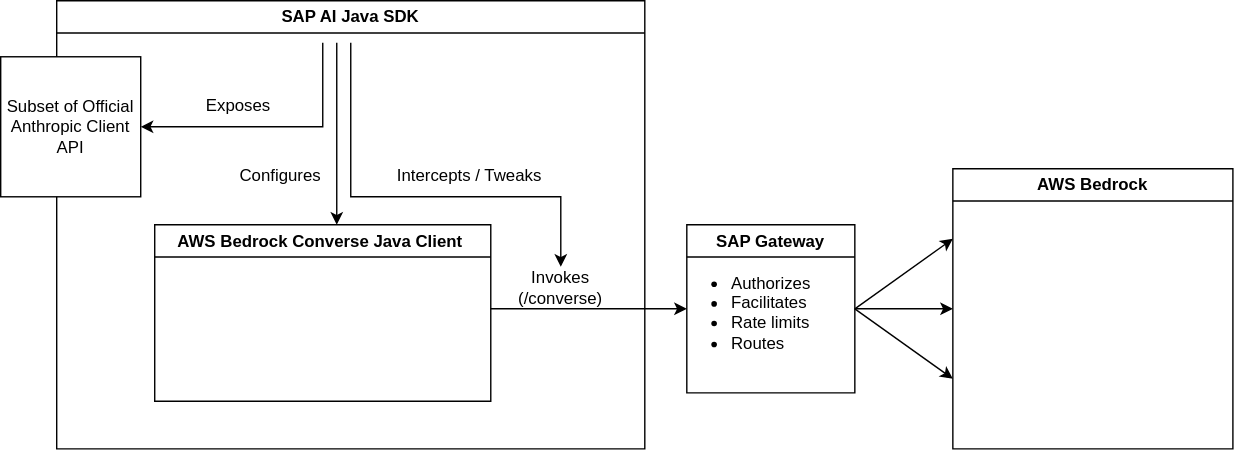
SAP/ai-sdk-java keeps this draw.io diagram as docs/adrs/images/option_d.drawio.svg. Above is the earlier version. Source tidied: cells renumbered, new cells last; positions are measured from the earlier drawing's top-left corner, leaving out a move shared by most shapes.
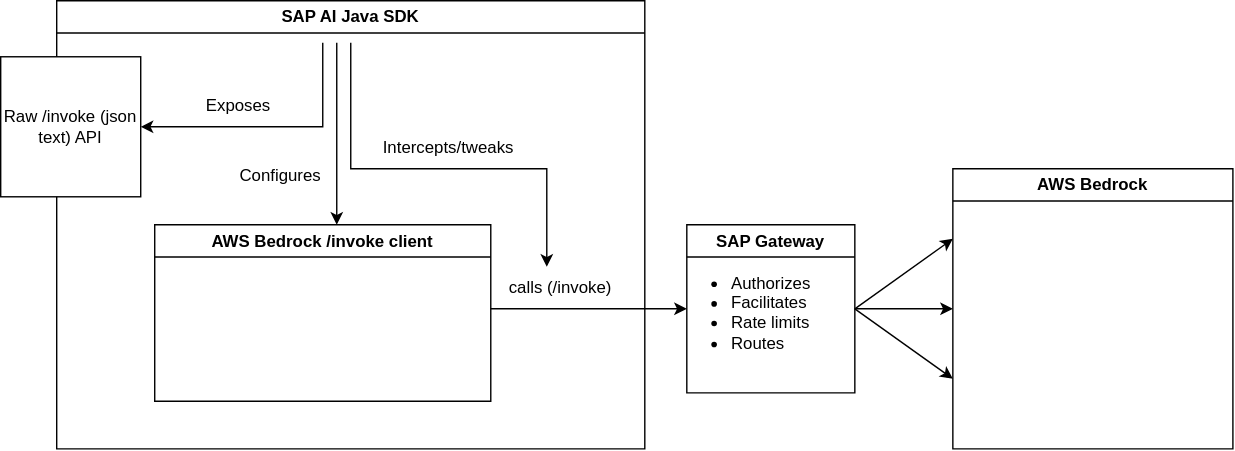
After the change.

Diff of the diagram source:
```diff
@@ -2,46 +2,56 @@
   <root>
     <mxCell id="0" />
     <mxCell id="1" parent="0" />
-    <mxCell id="2" value="AWS Bedrock Converse Java Client&amp;nbsp;" style="swimlane;whiteSpace=wrap;html=1;" parent="1" vertex="1">
-      <mxGeometry x="110" y="160" width="240" height="126" as="geometry" />
-    </mxCell>
+    <mxCell id="19" value="AWS Bedrock /invoke client" style="swimlane;whiteSpace=wrap;html=1;" parent="1" vertex="1">
+      <mxGeometry x="110" y="160" width="240" height="126" as="geometry" />
+    </mxCell>
     <mxCell id="3" value="SAP AI Java SDK" style="swimlane;whiteSpace=wrap;html=1;" parent="1" vertex="1">
       <mxGeometry x="40" width="420" height="320" as="geometry" />
     </mxCell>
-    <mxCell id="4" value="Subset of Official Anthropic Client API" style="whiteSpace=wrap;html=1;" parent="3" vertex="1">
-      <mxGeometry x="-40" y="40" width="100" height="100" as="geometry" />
-    </mxCell>
+    <mxCell id="20" value="Raw /invoke (json text) API" style="whiteSpace=wrap;html=1;" parent="3" vertex="1">
+      <mxGeometry x="-40" y="40" width="100" height="100" as="geometry" />
+    </mxCell>
     <mxCell id="5" value="Exposes" style="text;html=1;whiteSpace=wrap;strokeColor=none;fillColor=none;align=center;verticalAlign=middle;rounded=0;" parent="3" vertex="1">
       <mxGeometry x="100" y="60" width="60" height="30" as="geometry" />
     </mxCell>
     <mxCell id="6" value="Configures" style="text;html=1;whiteSpace=wrap;strokeColor=none;fillColor=none;align=center;verticalAlign=middle;rounded=0;" parent="3" vertex="1">
       <mxGeometry x="110" y="110" width="100" height="30" as="geometry" />
     </mxCell>
-    <mxCell id="7" style="endArrow=classic;html=1;rounded=0;entryX=0;entryY=0.5;entryDx=0;entryDy=0;" parent="3" edge="1" target="12">
-      <mxGeometry relative="1" as="geometry">
-        <mxPoint x="310" y="220" as="sourcePoint" />
-      </mxGeometry>
-    </mxCell>
-    <mxCell id="8" value="Invokes (/converse)" style="text;html=1;whiteSpace=wrap;strokeColor=none;fillColor=none;align=center;verticalAlign=middle;rounded=0;" parent="3" vertex="1">
-      <mxGeometry x="310" y="190" width="100" height="30" as="geometry" />
-    </mxCell>
-    <mxCell id="9" value="Intercepts / Tweaks" style="text;html=1;whiteSpace=wrap;strokeColor=none;fillColor=none;align=center;verticalAlign=middle;rounded=0;" parent="3" vertex="1">
-      <mxGeometry x="230" y="110" width="130" height="30" as="geometry" />
-    </mxCell>
-    <mxCell id="10" style="endArrow=classic;html=1;rounded=0;entryX=1;entryY=0.5;entryDx=0;entryDy=0;" parent="1" edge="1" target="4">
-      <mxGeometry relative="1" as="geometry">
-        <mxPoint x="230" y="30" as="sourcePoint" />
-        <Array as="points">
-          <mxPoint x="230" y="90" />
-        </Array>
-      </mxGeometry>
-    </mxCell>
-    <mxCell id="11" style="endArrow=classic;html=1;rounded=0;" parent="1" edge="1">
-      <mxGeometry relative="1" as="geometry">
-        <mxPoint x="240" y="30" as="sourcePoint" />
-        <mxPoint x="240" y="160" as="targetPoint" />
-      </mxGeometry>
-    </mxCell>
+    <mxCell id="21" style="endArrow=classic;html=1;rounded=0;entryX=0;entryY=0.5;entryDx=0;entryDy=0;" parent="3" edge="1" target="12">
+      <mxGeometry relative="1" as="geometry">
+        <mxPoint x="310" y="220" as="sourcePoint" />
+      </mxGeometry>
+    </mxCell>
+    <mxCell id="22" value="calls (/invoke)" style="text;html=1;whiteSpace=wrap;strokeColor=none;fillColor=none;align=center;verticalAlign=middle;rounded=0;" parent="3" vertex="1">
+      <mxGeometry x="310" y="190" width="100" height="30" as="geometry" />
+    </mxCell>
+    <mxCell id="23" style="endArrow=classic;html=1;rounded=0;" parent="3" edge="1">
+      <mxGeometry x="0.03" relative="1" as="geometry">
+        <mxPoint x="210" y="30" as="sourcePoint" />
+        <mxPoint x="350" y="190" as="targetPoint" />
+        <Array as="points">
+          <mxPoint x="210" y="120" />
+          <mxPoint x="350" y="120" />
+        </Array>
+      </mxGeometry>
+    </mxCell>
+    <mxCell id="24" value="Intercepts/tweaks" style="text;html=1;whiteSpace=wrap;strokeColor=none;fillColor=none;align=center;verticalAlign=middle;rounded=0;" parent="3" vertex="1">
+      <mxGeometry x="230" y="90" width="100" height="30" as="geometry" />
+    </mxCell>
+    <mxCell id="25" style="endArrow=classic;html=1;rounded=0;entryX=1;entryY=0.5;entryDx=0;entryDy=0;" parent="1" edge="1" target="20">
+      <mxGeometry relative="1" as="geometry">
+        <mxPoint x="230" y="30" as="sourcePoint" />
+        <Array as="points">
+          <mxPoint x="230" y="90" />
+        </Array>
+      </mxGeometry>
+    </mxCell>
+    <mxCell id="26" style="endArrow=classic;html=1;rounded=0;" parent="1" edge="1">
+      <mxGeometry relative="1" as="geometry">
+        <mxPoint x="240" y="30" as="sourcePoint" />
+        <mxPoint x="240" y="160" as="targetPoint" />
+      </mxGeometry>
+    </mxCell>
     <mxCell id="12" value="SAP Gateway" style="swimlane;whiteSpace=wrap;html=1;" parent="1" vertex="1">
       <mxGeometry x="490" y="160" width="120" height="120" as="geometry" />
     </mxCell>
@@ -51,29 +61,20 @@
     <mxCell id="14" value="AWS Bedrock" style="swimlane;whiteSpace=wrap;html=1;startSize=23;" parent="1" vertex="1">
       <mxGeometry x="680" y="120" width="200" height="200" as="geometry" />
     </mxCell>
-    <mxCell id="15" style="endArrow=classic;html=1;rounded=0;entryX=0;entryY=0.25;entryDx=0;entryDy=0;" parent="1" edge="1" target="14">
-      <mxGeometry relative="1" as="geometry">
-        <mxPoint x="610" y="220" as="sourcePoint" />
-      </mxGeometry>
-    </mxCell>
-    <mxCell id="16" style="endArrow=classic;html=1;rounded=0;entryX=0;entryY=0.5;entryDx=0;entryDy=0;" parent="1" edge="1" target="14">
-      <mxGeometry relative="1" as="geometry">
-        <mxPoint x="610" y="220" as="sourcePoint" />
-      </mxGeometry>
-    </mxCell>
-    <mxCell id="17" style="endArrow=classic;html=1;rounded=0;entryX=0;entryY=0.75;entryDx=0;entryDy=0;" parent="1" edge="1" target="14">
-      <mxGeometry relative="1" as="geometry">
-        <mxPoint x="610" y="220" as="sourcePoint" />
-      </mxGeometry>
-    </mxCell>
-    <mxCell id="18" style="endArrow=classic;html=1;rounded=0;entryX=0.5;entryY=0;entryDx=0;entryDy=0;" parent="1" edge="1" target="8">
-      <mxGeometry relative="1" as="geometry">
-        <mxPoint x="250" y="30" as="sourcePoint" />
-        <Array as="points">
-          <mxPoint x="250" y="140" />
-          <mxPoint x="400" y="140" />
-        </Array>
-      </mxGeometry>
-    </mxCell>
+    <mxCell id="27" style="endArrow=classic;html=1;rounded=0;entryX=0;entryY=0.25;entryDx=0;entryDy=0;" parent="1" edge="1" target="14">
+      <mxGeometry relative="1" as="geometry">
+        <mxPoint x="610" y="220" as="sourcePoint" />
+      </mxGeometry>
+    </mxCell>
+    <mxCell id="28" style="endArrow=classic;html=1;rounded=0;entryX=0;entryY=0.5;entryDx=0;entryDy=0;" parent="1" edge="1" target="14">
+      <mxGeometry relative="1" as="geometry">
+        <mxPoint x="610" y="220" as="sourcePoint" />
+      </mxGeometry>
+    </mxCell>
+    <mxCell id="29" style="endArrow=classic;html=1;rounded=0;entryX=0;entryY=0.75;entryDx=0;entryDy=0;" parent="1" edge="1" target="14">
+      <mxGeometry relative="1" as="geometry">
+        <mxPoint x="610" y="220" as="sourcePoint" />
+      </mxGeometry>
+    </mxCell>
   </root>
 </mxGraphModel>
```
